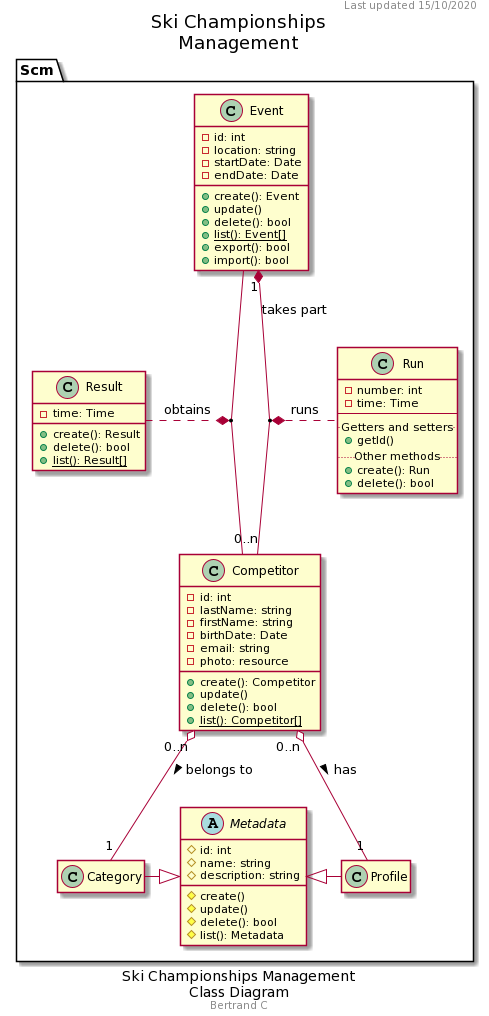
Before: docs/diagrams/out/Ski Championship Management/Ski Championships Management Class Diagram.png, a diagram exported from PlantUML (bcheronn/ski-championships-management).
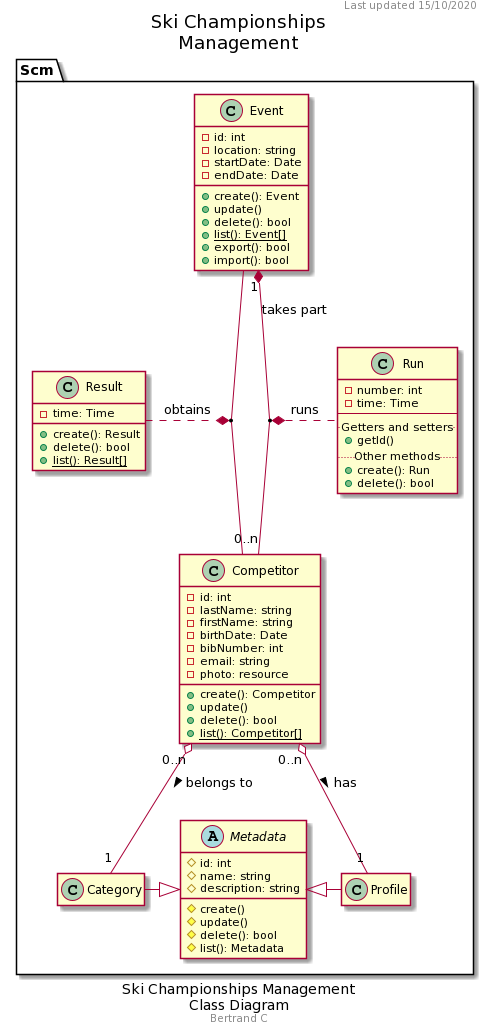
The same file after the commit.

Diff of the diagram source:
```diff
@@ -27,6 +27,7 @@
         -lastName: string
         -firstName: string
         -birthDate: Date
+        -bibNumber: int
         -email: string
         -photo: resource
         +create(): Competitor
```
